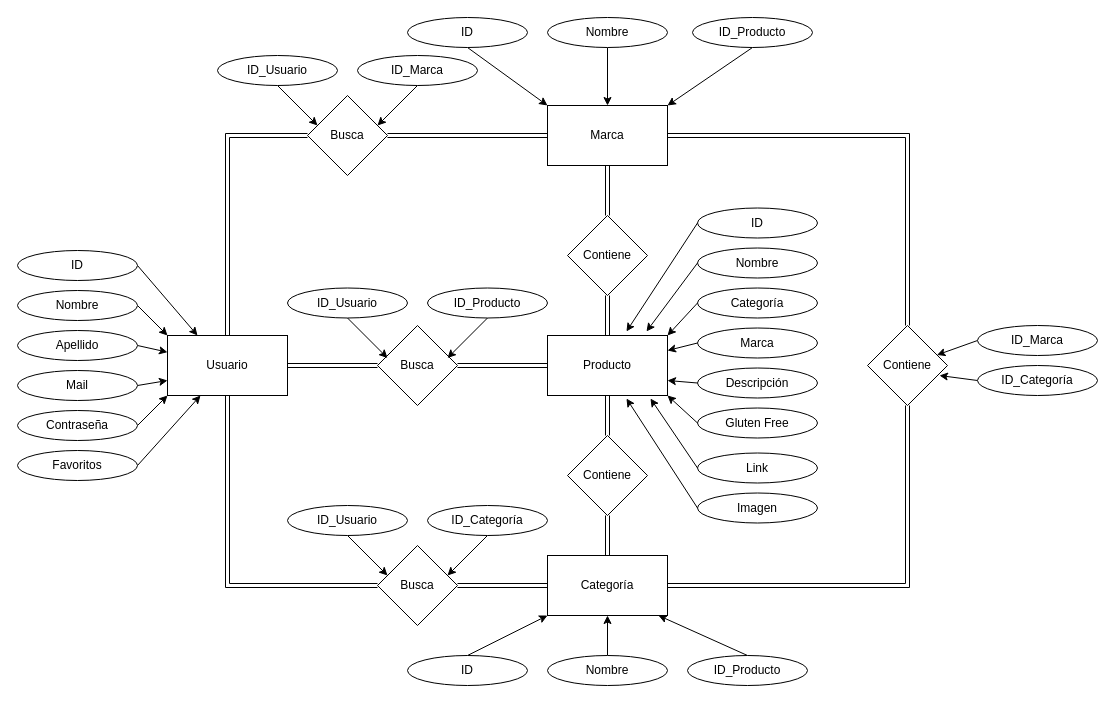
Before: Check-TACC_DER.drawio in KAAcevedo/Proyecto-GrupoNro70-Modulo-Full-Stack-TSDWAD, a draw.io diagram. Source tidied: cells renumbered, new cells numbered last; positions are measured from the earlier drawing's top-left corner, leaving out a move shared by most shapes. Both pictures are drawn from the tidied source at 100%, with x=0, y=0 at pixel (17, 17).
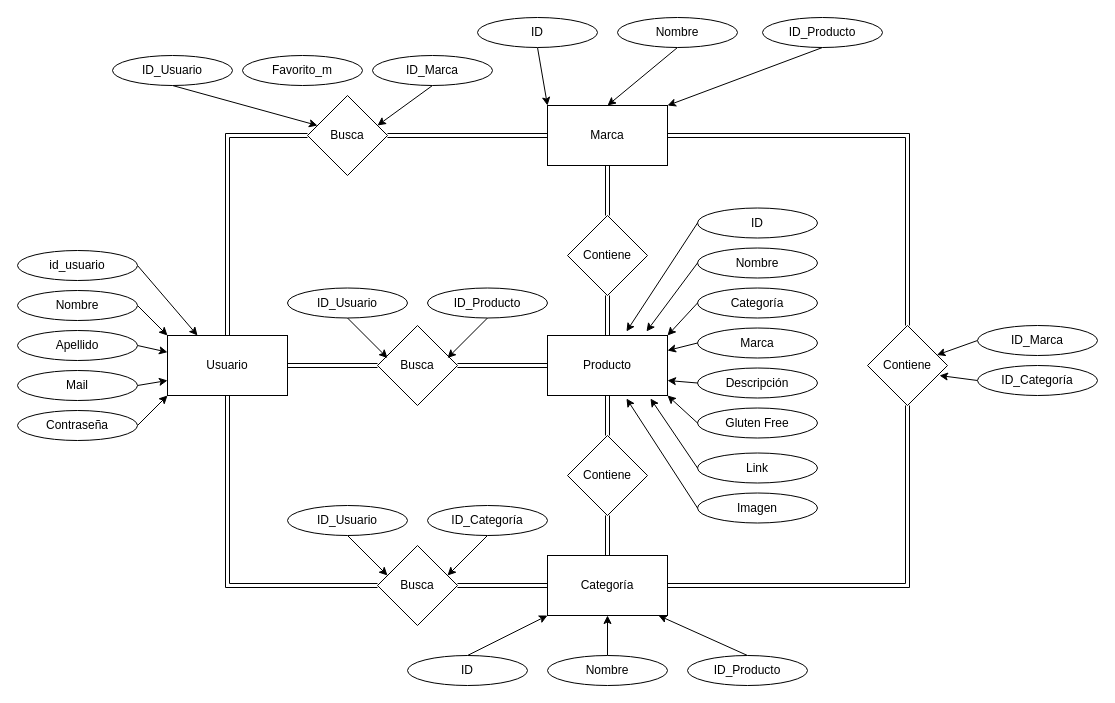
The same diagram, later.

The change refers to these unchanged cells:
```xml
<mxCell id="5" value="Usuario" style="rounded=0;whiteSpace=wrap;html=1;" parent="1" vertex="1">
  <mxGeometry x="150" y="318" width="120" height="60" as="geometry" />
</mxCell>
```

What changed in the source:
```diff
@@
-    <mxCell id="25" value="ID" style="ellipse;whiteSpace=wrap;html=1;" parent="1" vertex="1">
+    <mxCell id="25" value="id_usuario" style="ellipse;whiteSpace=wrap;html=1;" parent="1" vertex="1">
       <mxGeometry y="233" width="120" height="30" as="geometry" />
     </mxCell>
@@
-    <mxCell id="34" style="edgeStyle=none;rounded=0;jettySize=auto;html=1;exitX=1;exitY=0.5;exitDx=0;exitDy=0;" parent="1" edge="1" source="35" target="5">
-      <mxGeometry relative="1" as="geometry" />
-    </mxCell>
-    <mxCell id="35" value="Favoritos" style="ellipse;whiteSpace=wrap;html=1;" parent="1" vertex="1">
-      <mxGeometry y="433" width="120" height="30" as="geometry" />
-    </mxCell>
@@
     <mxCell id="37" value="ID" style="ellipse;whiteSpace=wrap;html=1;" parent="1" vertex="1">
-      <mxGeometry x="390" width="120" height="30" as="geometry" />
+      <mxGeometry x="460" width="120" height="30" as="geometry" />
     </mxCell>
@@
     <mxCell id="39" value="Nombre" style="ellipse;whiteSpace=wrap;html=1;" parent="1" vertex="1">
-      <mxGeometry x="530" width="120" height="30" as="geometry" />
+      <mxGeometry x="600" width="120" height="30" as="geometry" />
     </mxCell>
@@
     <mxCell id="65" value="ID_Usuario" style="ellipse;whiteSpace=wrap;html=1;" parent="1" vertex="1">
-      <mxGeometry x="200" y="38" width="120" height="30" as="geometry" />
+      <mxGeometry x="95" y="38" width="120" height="30" as="geometry" />
     </mxCell>
@@
     <mxCell id="67" value="ID_Marca" style="ellipse;whiteSpace=wrap;html=1;" parent="1" vertex="1">
-      <mxGeometry x="340" y="38" width="120" height="30" as="geometry" />
+      <mxGeometry x="355" y="38" width="120" height="30" as="geometry" />
     </mxCell>
@@
     <mxCell id="79" value="ID_Producto" style="ellipse;whiteSpace=wrap;html=1;" parent="1" vertex="1">
-      <mxGeometry x="675" width="120" height="30" as="geometry" />
+      <mxGeometry x="745" width="120" height="30" as="geometry" />
     </mxCell>
+    <mxCell id="80" value="Favorito_m" style="ellipse;whiteSpace=wrap;html=1;" parent="1" vertex="1">
+      <mxGeometry x="225" y="38" width="120" height="30" as="geometry" />
+    </mxCell>
```
